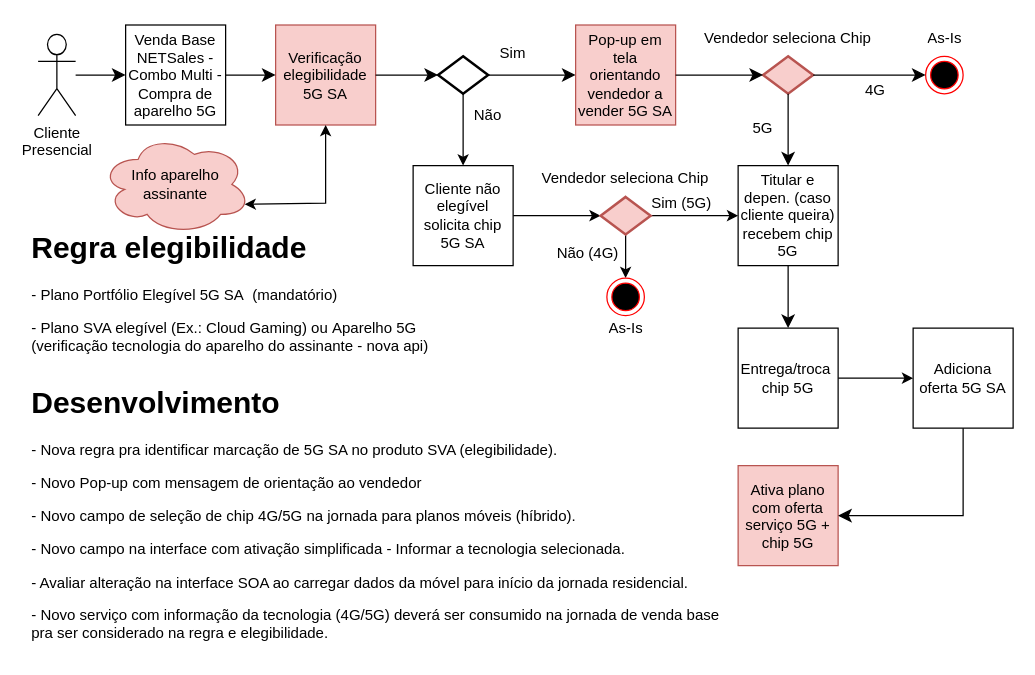
Above: page "Venda Base NETSales" (3 of 4) of 5GSA.drawio in samirali/ClaroBrasil (draw.io), before the change. Source tidied: cells renumbered, new cells numbered last; positions are measured from the earlier drawing's top-left corner, leaving out a move shared by most shapes. Both pictures are drawn from the tidied source at 125%, with x=0, y=0 at pixel (25, 25).
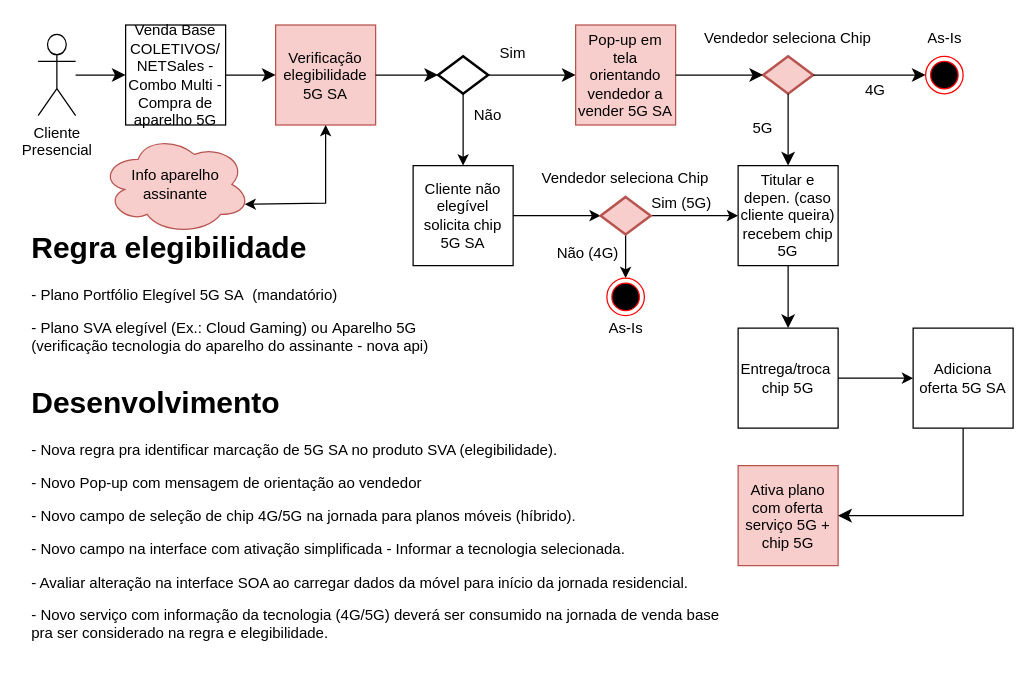
Above is the later version.

What changed in the source:
```diff
@@
-    <mxCell id="2" value="Venda Base NETSales - Combo Multi - Compra de aparelho 5G" style="whiteSpace=wrap;html=1;" parent="1" vertex="1">
+    <mxCell id="2" value="Venda Base COLETIVOS/ NETSales - Combo Multi - Compra de aparelho 5G" style="whiteSpace=wrap;html=1;" parent="1" vertex="1">
       <mxGeometry x="80" y="-0.5" width="80" height="80" as="geometry" />
     </mxCell>
```
